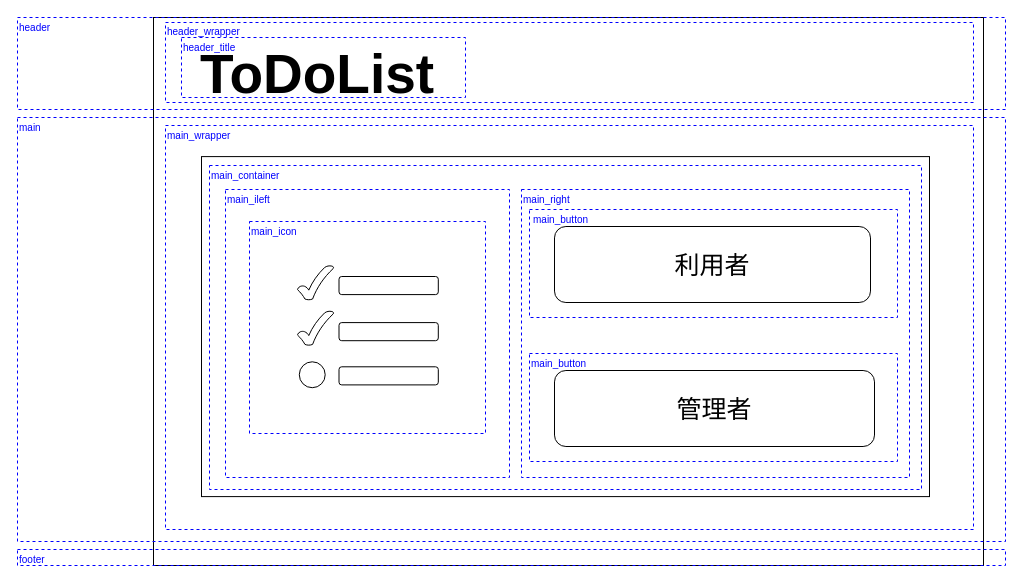
Earlier version of the draw.io diagram portfolio03/01/layout/start_page/portfolio03_01_start_page_detail.drawio (RRRYOOO/portfolio). Source tidied: cells renumbered, new cells numbered last; positions are measured from the earlier drawing's top-left corner, leaving out a move shared by most shapes. Both pictures are drawn from the tidied source at 100%, with x=0, y=0 at pixel (17, 17).
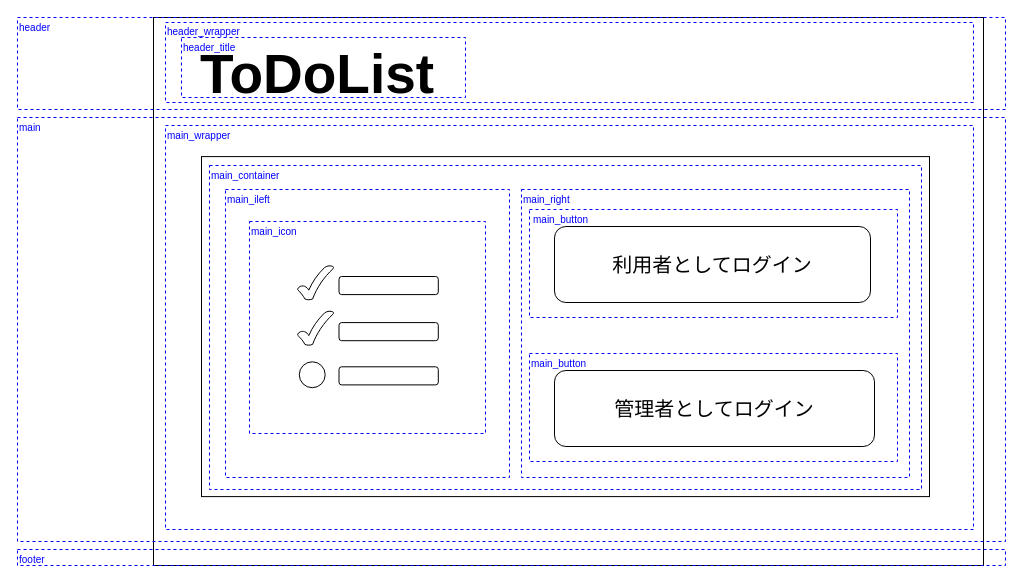
Above is the later version.

Diff of the diagram source:
```diff
@@
-    <mxCell id="29" value="&lt;font style=&quot;font-size: 25px;&quot;&gt;利用者&lt;/font&gt;" style="rounded=1;whiteSpace=wrap;html=1;fontSize=25;" parent="1" vertex="1">
+    <mxCell id="29" value="&lt;font style=&quot;font-size: 20px;&quot;&gt;利用者としてログイン&lt;/font&gt;" style="rounded=1;whiteSpace=wrap;html=1;fontSize=20;" parent="1" vertex="1">
       <mxGeometry x="537" y="209" width="316" height="76" as="geometry" />
     </mxCell>
-    <mxCell id="30" value="&lt;span style=&quot;font-size: 25px;&quot;&gt;管理者&lt;/span&gt;" style="rounded=1;whiteSpace=wrap;html=1;fontSize=25;" parent="1" vertex="1">
+    <mxCell id="30" value="&lt;span style=&quot;font-size: 20px;&quot;&gt;管理者としてログイン&lt;/span&gt;" style="rounded=1;whiteSpace=wrap;html=1;fontSize=20;" parent="1" vertex="1">
       <mxGeometry x="537" y="353" width="320" height="76" as="geometry" />
     </mxCell>
```
